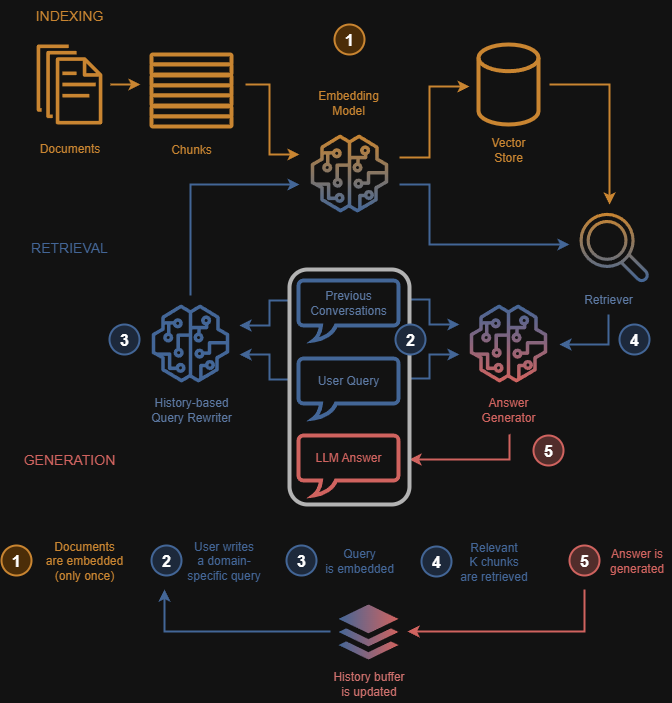
Earlier version of the draw.io export images/rag_diagram.png (sergio-sanz-rodriguez/RAG-Video-Audio-Expert-Assistant). Source tidied: cells renumbered, new cells last; positions are measured from the earlier drawing's top-left corner, leaving out a move shared by most shapes.
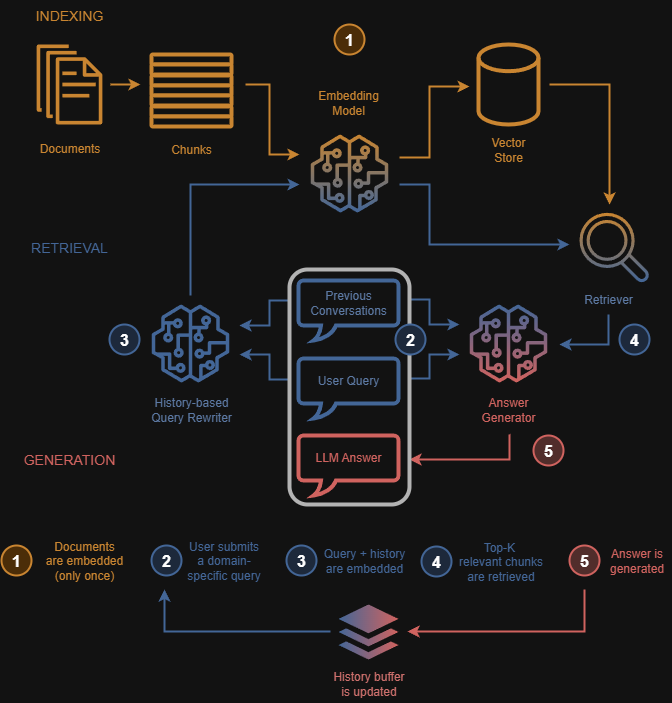
The same diagram one commit later.

Commit message:
updated rag diagram

Change to the diagram source:
```diff
@@ -233,20 +233,20 @@
     <mxCell id="51" value="2" style="ellipse;whiteSpace=wrap;html=1;rotation=0;strokeColor=light-dark(#436697,#436697);gradientDirection=east;fillColor=#dae8fc;rounded=0;fontFamily=Helvetica;fontSize=16;spacingTop=4;spacingBottom=4;spacingLeft=4;spacingRight=4;fontStyle=1;gradientColor=none;strokeWidth=2;" parent="46" vertex="1">
       <mxGeometry x="150" width="30" height="30" as="geometry" />
     </mxCell>
-    <mxCell id="52" value="&lt;font style=&quot;color: light-dark(rgb(67, 102, 151), rgb(67, 102, 151));&quot;&gt;&lt;font style=&quot;&quot;&gt;User&amp;nbsp;&lt;/font&gt;&lt;span style=&quot;background-color: transparent;&quot;&gt;writes&lt;/span&gt;&lt;/font&gt;&lt;div&gt;&lt;font style=&quot;color: light-dark(rgb(67, 102, 151), rgb(67, 102, 151));&quot;&gt;&lt;span style=&quot;background-color: transparent;&quot;&gt;a&amp;nbsp;&lt;/span&gt;&lt;/font&gt;&lt;span style=&quot;color: light-dark(rgb(67, 102, 151), rgb(67, 102, 151)); background-color: transparent;&quot;&gt;domain-specific query&lt;/span&gt;&lt;/div&gt;" style="text;align=center;html=1;verticalAlign=middle;whiteSpace=wrap;rounded=0;" parent="46" vertex="1">
+    <mxCell id="52" value="&lt;font style=&quot;color: light-dark(rgb(67, 102, 151), rgb(67, 102, 151));&quot;&gt;&lt;font style=&quot;&quot;&gt;User&amp;nbsp;&lt;/font&gt;&lt;span style=&quot;background-color: transparent;&quot;&gt;submits&lt;/span&gt;&lt;/font&gt;&lt;div&gt;&lt;font style=&quot;color: light-dark(rgb(67, 102, 151), rgb(67, 102, 151));&quot;&gt;&lt;span style=&quot;background-color: transparent;&quot;&gt;a&amp;nbsp;&lt;/span&gt;&lt;/font&gt;&lt;span style=&quot;color: light-dark(rgb(67, 102, 151), rgb(67, 102, 151)); background-color: transparent;&quot;&gt;domain-specific query&lt;/span&gt;&lt;/div&gt;" style="text;align=center;html=1;verticalAlign=middle;whiteSpace=wrap;rounded=0;" parent="46" vertex="1">
       <mxGeometry x="184" width="77" height="30" as="geometry" />
     </mxCell>
     <mxCell id="53" value="3" style="ellipse;whiteSpace=wrap;html=1;rotation=0;strokeColor=light-dark(#436697,#436697);gradientDirection=east;fillColor=#dae8fc;rounded=0;fontFamily=Helvetica;fontSize=16;spacingTop=4;spacingBottom=4;spacingLeft=4;spacingRight=4;fontStyle=1;gradientColor=none;strokeWidth=2;" parent="46" vertex="1">
       <mxGeometry x="285" width="30" height="30" as="geometry" />
     </mxCell>
-    <mxCell id="54" value="&lt;font style=&quot;color: light-dark(rgb(67, 102, 151), rgb(67, 102, 151));&quot;&gt;Query&lt;/font&gt;&lt;div&gt;&lt;font style=&quot;color: light-dark(rgb(67, 102, 151), rgb(67, 102, 151));&quot;&gt;is embedded&lt;/font&gt;&lt;/div&gt;" style="text;align=center;html=1;verticalAlign=middle;whiteSpace=wrap;rounded=0;" parent="46" vertex="1">
-      <mxGeometry x="319" width="78" height="30" as="geometry" />
+    <mxCell id="54" value="&lt;font style=&quot;color: light-dark(rgb(67, 102, 151), rgb(67, 102, 151));&quot;&gt;Query + history&lt;/font&gt;&lt;div&gt;&lt;font style=&quot;color: light-dark(rgb(67, 102, 151), rgb(67, 102, 151));&quot;&gt;are embedded&lt;/font&gt;&lt;/div&gt;" style="text;align=center;html=1;verticalAlign=middle;whiteSpace=wrap;rounded=0;" parent="46" vertex="1">
+      <mxGeometry x="319" width="88" height="30" as="geometry" />
     </mxCell>
     <mxCell id="55" value="4" style="ellipse;whiteSpace=wrap;html=1;rotation=0;strokeColor=light-dark(#436697,#436697);gradientDirection=east;fillColor=#dae8fc;rounded=0;fontFamily=Helvetica;fontSize=16;spacingTop=4;spacingBottom=4;spacingLeft=4;spacingRight=4;fontStyle=1;gradientColor=none;strokeWidth=2;" parent="46" vertex="1">
       <mxGeometry x="420" y="1" width="30" height="30" as="geometry" />
     </mxCell>
-    <mxCell id="56" value="&lt;font style=&quot;color: light-dark(rgb(67, 102, 151), rgb(67, 102, 151));&quot;&gt;Relevant&lt;/font&gt;&lt;div&gt;&lt;span style=&quot;background-color: transparent;&quot;&gt;&lt;font style=&quot;color: light-dark(rgb(67, 102, 151), rgb(67, 102, 151));&quot;&gt;K chunks&lt;/font&gt;&lt;/span&gt;&lt;/div&gt;&lt;div&gt;&lt;span style=&quot;background-color: transparent;&quot;&gt;&lt;font style=&quot;color: light-dark(rgb(67, 102, 151), rgb(67, 102, 151));&quot;&gt;are retrieved&lt;/font&gt;&lt;/span&gt;&lt;/div&gt;" style="text;align=center;html=1;verticalAlign=middle;whiteSpace=wrap;rounded=0;" parent="46" vertex="1">
-      <mxGeometry x="450" y="1" width="85" height="30" as="geometry" />
+    <mxCell id="56" value="&lt;font style=&quot;color: light-dark(rgb(67, 102, 151), rgb(67, 102, 151));&quot;&gt;Top-K&amp;nbsp;&lt;/font&gt;&lt;div&gt;&lt;font style=&quot;color: light-dark(rgb(67, 102, 151), rgb(67, 102, 151));&quot;&gt;relevant&amp;nbsp;&lt;/font&gt;&lt;span style=&quot;color: light-dark(rgb(67, 102, 151), rgb(67, 102, 151)); background-color: transparent;&quot;&gt;chunks&lt;/span&gt;&lt;div&gt;&lt;span style=&quot;background-color: transparent;&quot;&gt;&lt;font style=&quot;color: light-dark(rgb(67, 102, 151), rgb(67, 102, 151));&quot;&gt;are retrieved&lt;/font&gt;&lt;/span&gt;&lt;/div&gt;&lt;/div&gt;" style="text;align=center;html=1;verticalAlign=middle;whiteSpace=wrap;rounded=0;" parent="46" vertex="1">
+      <mxGeometry x="457" y="1" width="85" height="30" as="geometry" />
     </mxCell>
     <mxCell id="57" style="edgeStyle=orthogonalEdgeStyle;rounded=0;orthogonalLoop=1;jettySize=auto;html=1;strokeWidth=2;fillColor=#dae8fc;gradientColor=#7ea6e0;strokeColor=light-dark(#D0635F,#D0635F);" parent="46" edge="1">
       <mxGeometry relative="1" as="geometry">
```
